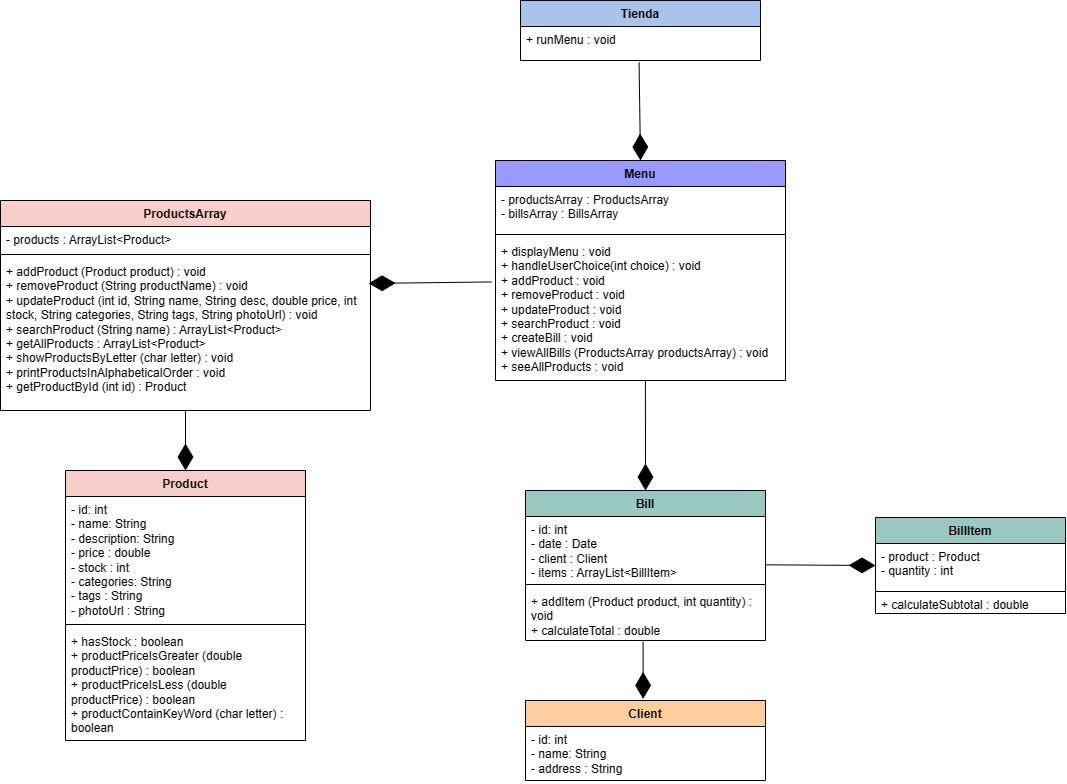
Earlier version of the draw.io export src/main/java/UML/Diagrama Tienda.drawio.png (ggomez1403/proyecto-app-tienda-ada). Source tidied: cells renumbered, new cells last; positions are measured from the earlier drawing's top-left corner, leaving out a move shared by most shapes.
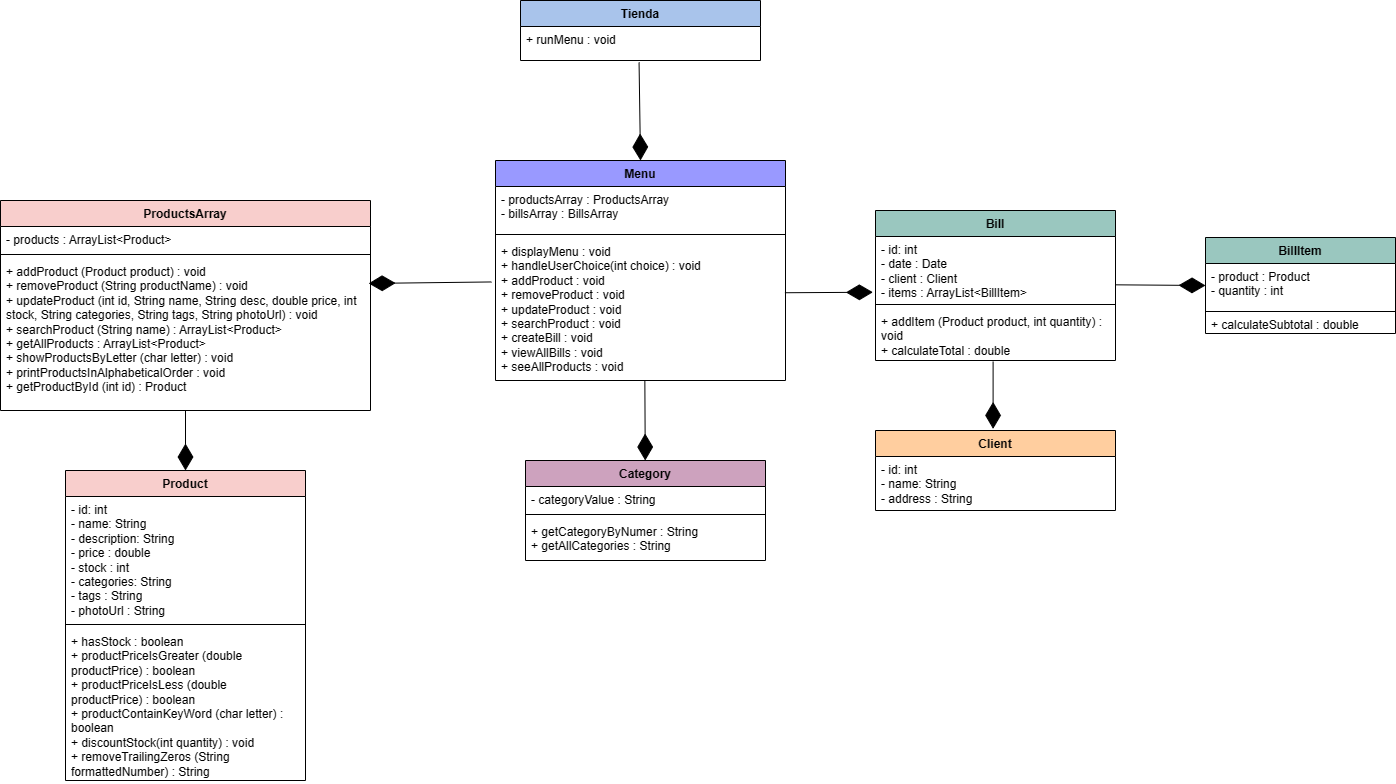
Above is the later version.

Commit message:
UML diagram updated

Diff of the diagram source:
```diff
@@ -3,7 +3,7 @@
     <mxCell id="0" />
     <mxCell id="1" parent="0" />
     <mxCell id="2" value="Product" style="swimlane;fontStyle=1;align=center;verticalAlign=top;horizontal=1;startSize=26;whiteSpace=wrap;html=1;fillColor=#F8CECC;" parent="1" vertex="1">
-      <mxGeometry x="65" y="470" width="240" height="270" as="geometry" />
+      <mxGeometry x="65" y="470" width="240" height="310" as="geometry" />
     </mxCell>
     <mxCell id="3" value="- id: int&lt;br&gt;- name: String&lt;br&gt;- description: String&lt;br&gt;- price : double&lt;br&gt;- stock : int&lt;br&gt;- categories: String&lt;br&gt;- tags : String&lt;br&gt;- photoUrl : String" style="text;strokeColor=none;fillColor=none;align=left;verticalAlign=top;spacingLeft=4;spacingRight=4;overflow=hidden;whiteSpace=wrap;html=1;" parent="2" vertex="1">
       <mxGeometry y="26" width="240" height="124" as="geometry" />
@@ -11,11 +11,11 @@
     <mxCell id="4" style="line;strokeWidth=1;fillColor=none;align=left;verticalAlign=middle;spacingTop=-1;spacingLeft=3;spacingRight=3;labelPosition=right;strokeColor=inherit;" parent="2" vertex="1">
       <mxGeometry y="150" width="240" height="8" as="geometry" />
     </mxCell>
-    <mxCell id="5" value="+ hasStock : boolean&lt;br&gt;+&amp;nbsp;productPriceIsGreater (double productPrice) : boolean&lt;br&gt;+&amp;nbsp;productPriceIsLess (double productPrice) : boolean&lt;br&gt;+&amp;nbsp;productContainKeyWord (char letter) : boolean&lt;br&gt;" style="text;strokeColor=none;fillColor=none;align=left;verticalAlign=top;spacingLeft=4;spacingRight=4;overflow=hidden;whiteSpace=wrap;html=1;" parent="2" vertex="1">
-      <mxGeometry y="158" width="240" height="112" as="geometry" />
+    <mxCell id="5" value="+ hasStock : boolean&lt;br&gt;+&amp;nbsp;productPriceIsGreater (double productPrice) : boolean&lt;br&gt;+&amp;nbsp;productPriceIsLess (double productPrice) : boolean&lt;br&gt;+&amp;nbsp;productContainKeyWord (char letter) : boolean&lt;br&gt;+ discountStock(int quantity) : void&lt;br&gt;+&amp;nbsp;removeTrailingZeros (String formattedNumber) : String&lt;br&gt;" style="text;strokeColor=none;fillColor=none;align=left;verticalAlign=top;spacingLeft=4;spacingRight=4;overflow=hidden;whiteSpace=wrap;html=1;" parent="2" vertex="1">
+      <mxGeometry y="158" width="240" height="152" as="geometry" />
     </mxCell>
     <mxCell id="6" value="BillItem" style="swimlane;fontStyle=1;align=center;verticalAlign=top;horizontal=1;startSize=26;whiteSpace=wrap;html=1;fillColor=#9AC7BF;" parent="1" vertex="1">
-      <mxGeometry x="875" y="517" width="190" height="96" as="geometry" />
+      <mxGeometry x="1205" y="237" width="190" height="96" as="geometry" />
     </mxCell>
     <mxCell id="7" value="- product : Product&lt;br&gt;- quantity : int" style="text;strokeColor=none;fillColor=none;align=left;verticalAlign=top;spacingLeft=4;spacingRight=4;overflow=hidden;points=[[0,0.5],[1,0.5]];portConstraint=eastwest;whiteSpace=wrap;html=1;" parent="6" vertex="1">
       <mxGeometry y="26" width="190" height="44" as="geometry" />
@@ -39,13 +39,13 @@
       <mxGeometry y="58" width="370" height="152" as="geometry" />
     </mxCell>
     <mxCell id="14" value="Client" style="swimlane;fontStyle=1;align=center;verticalAlign=top;horizontal=1;startSize=26;whiteSpace=wrap;html=1;fillColor=#FFCE9F;" parent="1" vertex="1">
-      <mxGeometry x="525" y="700" width="240" height="80" as="geometry" />
+      <mxGeometry x="875" y="430" width="240" height="80" as="geometry" />
     </mxCell>
     <mxCell id="15" value="- id: int&lt;br&gt;- name: String&lt;br&gt;- address : String" style="text;strokeColor=none;fillColor=none;align=left;verticalAlign=top;spacingLeft=4;spacingRight=4;overflow=hidden;whiteSpace=wrap;html=1;" parent="14" vertex="1">
       <mxGeometry y="26" width="240" height="54" as="geometry" />
     </mxCell>
     <mxCell id="16" value="Bill" style="swimlane;fontStyle=1;align=center;verticalAlign=top;horizontal=1;startSize=26;whiteSpace=wrap;html=1;fillColor=#9AC7BF;" parent="1" vertex="1">
-      <mxGeometry x="525" y="490" width="240" height="150" as="geometry" />
+      <mxGeometry x="875" y="210" width="240" height="150" as="geometry" />
     </mxCell>
     <mxCell id="17" value="- id: int&lt;br&gt;- date : Date&lt;br&gt;- client : Client&lt;br&gt;- items : ArrayList&amp;lt;BillItem&amp;gt;" style="text;strokeColor=none;fillColor=none;align=left;verticalAlign=top;spacingLeft=4;spacingRight=4;overflow=hidden;points=[[0,0.5],[1,0.5]];portConstraint=eastwest;whiteSpace=wrap;html=1;" parent="16" vertex="1">
       <mxGeometry y="26" width="240" height="64" as="geometry" />
@@ -74,7 +74,7 @@
     <mxCell id="25" style="endArrow=diamondThin;endFill=1;endSize=24;html=1;rounded=0;exitX=0.998;exitY=0.755;exitDx=0;exitDy=0;exitPerimeter=0;entryX=0;entryY=0.5;entryDx=0;entryDy=0;" parent="1" edge="1" source="17" target="7">
       <mxGeometry relative="1" as="geometry" />
     </mxCell>
-    <mxCell id="26" style="endArrow=diamondThin;endFill=1;endSize=24;html=1;rounded=0;exitX=0.517;exitY=0.997;exitDx=0;exitDy=0;exitPerimeter=0;entryX=0.5;entryY=0;entryDx=0;entryDy=0;" parent="1" edge="1" source="31" target="16">
+    <mxCell id="26" style="endArrow=diamondThin;endFill=1;endSize=24;html=1;rounded=0;entryX=-0.011;entryY=0.871;entryDx=0;entryDy=0;entryPerimeter=0;exitX=0.998;exitY=0.382;exitDx=0;exitDy=0;exitPerimeter=0;" parent="1" edge="1" source="31" target="17">
       <mxGeometry relative="1" as="geometry" />
     </mxCell>
     <mxCell id="27" style="endArrow=diamondThin;endFill=1;endSize=24;html=1;rounded=0;exitX=0.49;exitY=1.018;exitDx=0;exitDy=0;exitPerimeter=0;entryX=0.49;entryY=-0.02;entryDx=0;entryDy=0;entryPerimeter=0;" parent="1" edge="1" source="19" target="14">
@@ -89,8 +89,23 @@
     <mxCell id="30" style="line;strokeWidth=1;fillColor=none;align=left;verticalAlign=middle;spacingTop=-1;spacingLeft=3;spacingRight=3;labelPosition=right;strokeColor=inherit;" parent="28" vertex="1">
       <mxGeometry y="70" width="290" height="8" as="geometry" />
     </mxCell>
-    <mxCell id="31" value="+ displayMenu : void&lt;br style=&quot;border-color: var(--border-color);&quot;&gt;+&amp;nbsp;handleUserChoice(int choice) : void&lt;br style=&quot;border-color: var(--border-color);&quot;&gt;+ addProduct : void&lt;br style=&quot;border-color: var(--border-color);&quot;&gt;+ removeProduct : void&lt;br style=&quot;border-color: var(--border-color);&quot;&gt;+ updateProduct : void&lt;br style=&quot;border-color: var(--border-color);&quot;&gt;+ searchProduct : void&lt;br style=&quot;border-color: var(--border-color);&quot;&gt;+ createBill : void&lt;br style=&quot;border-color: var(--border-color);&quot;&gt;+ viewAllBills (ProductsArray productsArray) : void&lt;br&gt;+ seeAllProducts : void" style="text;strokeColor=none;fillColor=none;align=left;verticalAlign=top;spacingLeft=4;spacingRight=4;overflow=hidden;points=[[0,0.5],[1,0.5]];portConstraint=eastwest;whiteSpace=wrap;html=1;" parent="28" vertex="1">
+    <mxCell id="31" value="+ displayMenu : void&lt;br style=&quot;border-color: var(--border-color);&quot;&gt;+&amp;nbsp;handleUserChoice(int choice) : void&lt;br style=&quot;border-color: var(--border-color);&quot;&gt;+ addProduct : void&lt;br style=&quot;border-color: var(--border-color);&quot;&gt;+ removeProduct : void&lt;br style=&quot;border-color: var(--border-color);&quot;&gt;+ updateProduct : void&lt;br style=&quot;border-color: var(--border-color);&quot;&gt;+ searchProduct : void&lt;br style=&quot;border-color: var(--border-color);&quot;&gt;+ createBill : void&lt;br style=&quot;border-color: var(--border-color);&quot;&gt;+ viewAllBills : void&lt;br&gt;+ seeAllProducts : void" style="text;strokeColor=none;fillColor=none;align=left;verticalAlign=top;spacingLeft=4;spacingRight=4;overflow=hidden;points=[[0,0.5],[1,0.5]];portConstraint=eastwest;whiteSpace=wrap;html=1;" parent="28" vertex="1">
       <mxGeometry y="78" width="290" height="142" as="geometry" />
     </mxCell>
+    <mxCell id="32" value="Category" style="swimlane;fontStyle=1;align=center;verticalAlign=top;horizontal=1;startSize=26;whiteSpace=wrap;html=1;fillColor=#CDA2BE;" parent="1" vertex="1">
+      <mxGeometry x="525" y="460" width="240" height="100" as="geometry" />
+    </mxCell>
+    <mxCell id="33" value="- categoryValue : String" style="text;strokeColor=none;fillColor=none;align=left;verticalAlign=top;spacingLeft=4;spacingRight=4;overflow=hidden;whiteSpace=wrap;html=1;" parent="32" vertex="1">
+      <mxGeometry y="26" width="240" height="24" as="geometry" />
+    </mxCell>
+    <mxCell id="34" style="line;strokeWidth=1;fillColor=none;align=left;verticalAlign=middle;spacingTop=-1;spacingLeft=3;spacingRight=3;labelPosition=right;strokeColor=inherit;" parent="32" vertex="1">
+      <mxGeometry y="50" width="240" height="8" as="geometry" />
+    </mxCell>
+    <mxCell id="35" value="+ getCategoryByNumer : String&lt;br&gt;+ getAllCategories : String" style="text;strokeColor=none;fillColor=none;align=left;verticalAlign=top;spacingLeft=4;spacingRight=4;overflow=hidden;whiteSpace=wrap;html=1;" parent="32" vertex="1">
+      <mxGeometry y="58" width="240" height="42" as="geometry" />
+    </mxCell>
+    <mxCell id="36" style="endArrow=diamondThin;endFill=1;endSize=24;html=1;rounded=0;exitX=0.515;exitY=0.997;exitDx=0;exitDy=0;exitPerimeter=0;" parent="1" edge="1" source="31" target="32">
+      <mxGeometry relative="1" as="geometry" />
+    </mxCell>
   </root>
 </mxGraphModel>
```
